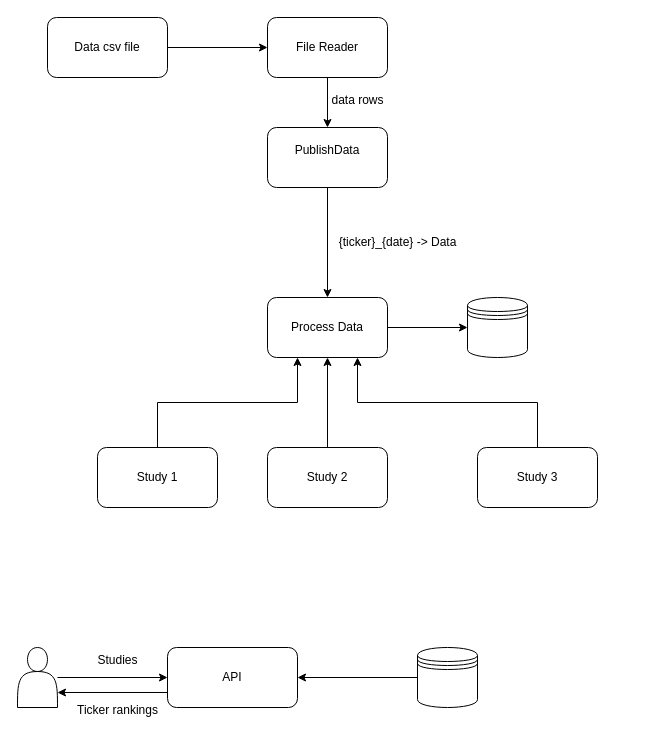
Above: src/main/resources/Untitled Diagram.drawio in vermas7988/fetch-api (draw.io), before the change. Source tidied: cells renumbered, new cells numbered last; positions are measured from the earlier drawing's top-left corner, leaving out a move shared by most shapes. Both pictures are drawn from the tidied source at 100%, with x=0, y=0 at pixel (17, 17).
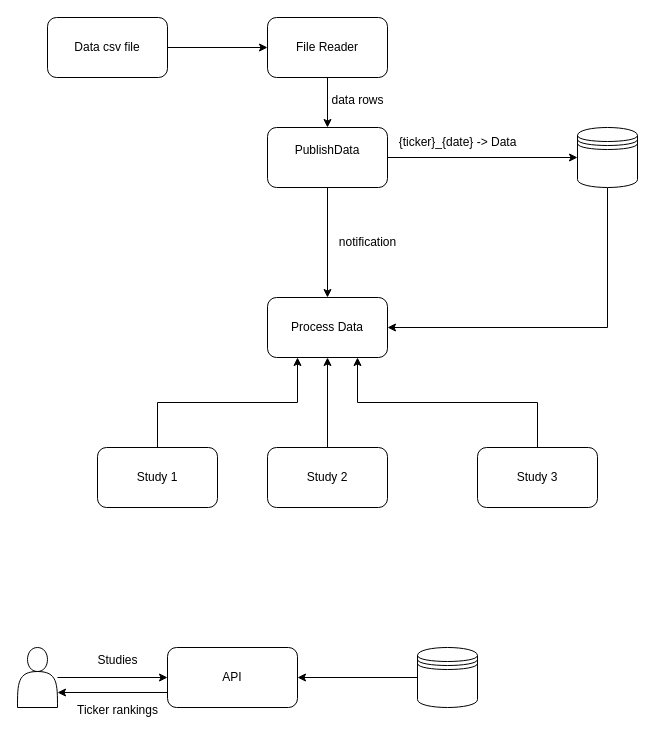
After the change.

The change refers to these unchanged cells:
```xml
<mxCell id="7" value="PublishData&lt;div&gt;&lt;br&gt;&lt;/div&gt;" style="rounded=1;whiteSpace=wrap;html=1;" parent="1" vertex="1">
  <mxGeometry x="250" y="110" width="120" height="60" as="geometry" />
</mxCell>
<mxCell id="13" value="Process Data" style="rounded=1;whiteSpace=wrap;html=1;" parent="1" vertex="1">
  <mxGeometry x="250" y="280" width="120" height="60" as="geometry" />
</mxCell>
```

Diff of the diagram source:
```diff
@@
-    <mxCell id="9" style="edgeStyle=orthogonalEdgeStyle;rounded=0;jettySize=auto;html=1;entryX=0;entryY=0.5;entryDx=0;entryDy=0;" parent="1" edge="1" source="13" target="15">
+    <mxCell id="9" style="edgeStyle=orthogonalEdgeStyle;rounded=0;jettySize=auto;html=1;entryX=0;entryY=0.5;entryDx=0;entryDy=0;exitX=1;exitY=0.5;exitDx=0;exitDy=0;" parent="1" edge="1" source="7" target="15">
       <mxGeometry relative="1" as="geometry" />
     </mxCell>
@@
     <mxCell id="14" value="{ticker}_{date} -&amp;gt; Data" style="text;html=1;align=center;verticalAlign=middle;strokeColor=none;fillColor=none;" parent="1" vertex="1">
-      <mxGeometry x="310" y="210" width="140" height="30" as="geometry" />
+      <mxGeometry x="370" y="110" width="140" height="30" as="geometry" />
     </mxCell>
+    <mxCell id="27" style="edgeStyle=orthogonalEdgeStyle;rounded=0;jettySize=auto;html=1;exitX=0.5;exitY=1;exitDx=0;exitDy=0;entryX=1;entryY=0.5;entryDx=0;entryDy=0;" parent="1" edge="1" source="15" target="13">
+      <mxGeometry relative="1" as="geometry" />
+    </mxCell>
     <mxCell id="15" style="shape=datastore;whiteSpace=wrap;html=1;" parent="1" vertex="1">
-      <mxGeometry x="450" y="280" width="60" height="60" as="geometry" />
+      <mxGeometry x="560" y="110" width="60" height="60" as="geometry" />
     </mxCell>
@@
+    <mxCell id="28" value="notification" style="text;html=1;align=center;verticalAlign=middle;strokeColor=none;fillColor=none;" parent="1" vertex="1">
+      <mxGeometry x="310" y="210" width="80" height="30" as="geometry" />
+    </mxCell>
```
